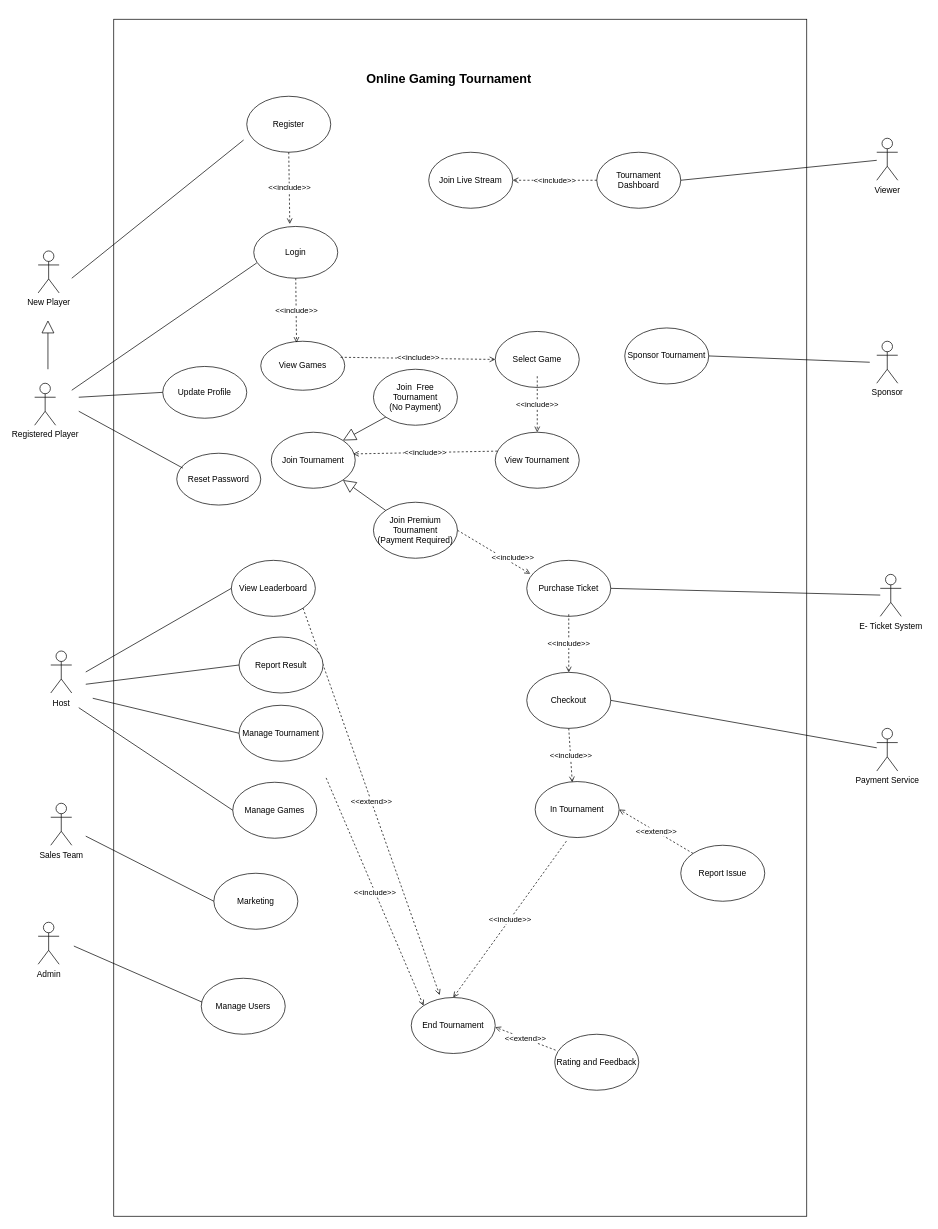
This is GD_CW1.drawio from Tanvi-Ambre/Python, a draw.io file, before an edit. Source tidied: cells renumbered, new cells numbered last; positions are measured from the earlier drawing's top-left corner, leaving out a move shared by most shapes. Both pictures are drawn from the tidied source at 70%, with x=0, y=0 at pixel (34, 19).
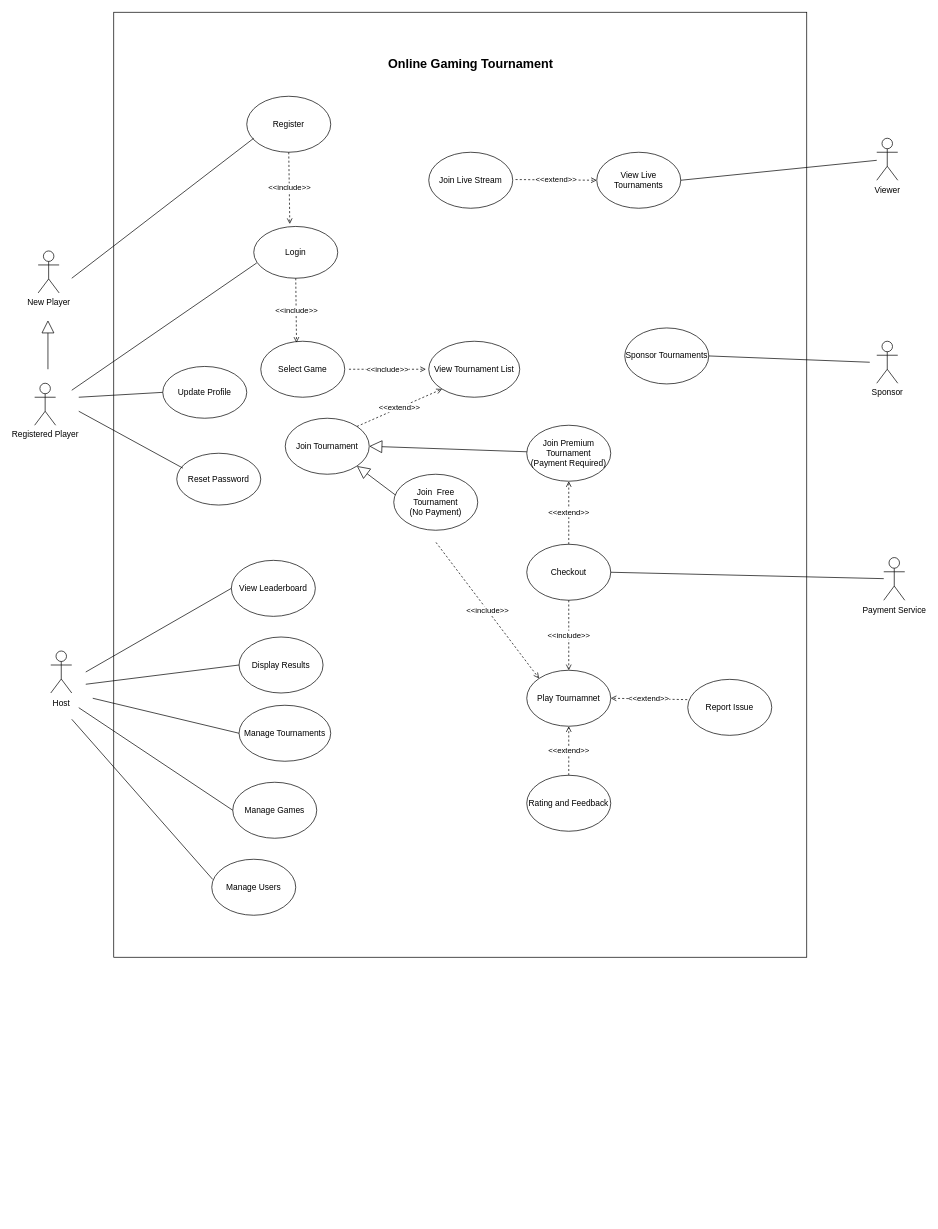
Above is the later version.

Unchanged cells that the change refers to:
```xml
<mxCell id="5" value="Register" style="ellipse;whiteSpace=wrap;html=1;strokeWidth=1;" parent="1" vertex="1">
  <mxGeometry x="303" y="110" width="120" height="80" as="geometry" />
</mxCell>
<mxCell id="6" value="Login" style="ellipse;whiteSpace=wrap;html=1;strokeWidth=1;" parent="1" vertex="1">
  <mxGeometry x="313" y="296" width="120" height="74" as="geometry" />
</mxCell>
<mxCell id="13" value="View Leaderboard" style="ellipse;whiteSpace=wrap;html=1;strokeWidth=1;" parent="1" vertex="1">
  <mxGeometry x="281" y="773" width="120" height="80" as="geometry" />
</mxCell>
<mxCell id="50" value="Join Live Stream" style="ellipse;whiteSpace=wrap;html=1;strokeWidth=1;" parent="1" vertex="1">
  <mxGeometry x="563" y="190" width="120" height="80" as="geometry" />
</mxCell>
```

Change to the diagram source:
```diff
@@
     <mxCell id="2" style="rounded=0;whiteSpace=wrap;html=1;" parent="1" vertex="1">
-      <mxGeometry x="113" width="990" height="1710" as="geometry" />
+      <mxGeometry x="113" y="-10" width="990" height="1350" as="geometry" />
     </mxCell>
@@
-    <mxCell id="7" value="View Games" style="ellipse;whiteSpace=wrap;html=1;strokeWidth=1;" parent="1" vertex="1">
-      <mxGeometry x="323" y="460" width="120" height="70" as="geometry" />
-    </mxCell>
-    <mxCell id="8" value="View Tournament" style="ellipse;whiteSpace=wrap;html=1;strokeWidth=1;" parent="1" vertex="1">
-      <mxGeometry x="658" y="590" width="120" height="80" as="geometry" />
+    <mxCell id="8" value="View Tournament List" style="ellipse;whiteSpace=wrap;html=1;strokeWidth=1;" parent="1" vertex="1">
+      <mxGeometry x="563" y="460" width="130" height="80" as="geometry" />
     </mxCell>
-    <mxCell id="9" value="Manage Tournament" style="ellipse;whiteSpace=wrap;html=1;strokeWidth=1;" parent="1" vertex="1">
-      <mxGeometry x="292" y="980" width="120" height="80" as="geometry" />
+    <mxCell id="9" value="Manage Tournaments" style="ellipse;whiteSpace=wrap;html=1;strokeWidth=1;" parent="1" vertex="1">
+      <mxGeometry x="292" y="980" width="131" height="80" as="geometry" />
     </mxCell>
@@
     <mxCell id="11" value="Manage Users" style="ellipse;whiteSpace=wrap;html=1;strokeWidth=1;" parent="1" vertex="1">
-      <mxGeometry x="238" y="1370" width="120" height="80" as="geometry" />
+      <mxGeometry x="253" y="1200" width="120" height="80" as="geometry" />
     </mxCell>
-    <mxCell id="12" value="Sponsor Tournament" style="ellipse;whiteSpace=wrap;html=1;strokeWidth=1;" parent="1" vertex="1">
+    <mxCell id="12" value="Sponsor Tournaments" style="ellipse;whiteSpace=wrap;html=1;strokeWidth=1;" parent="1" vertex="1">
       <mxGeometry x="843" y="441" width="120" height="80" as="geometry" />
     </mxCell>
@@
     <mxCell id="19" value="Select Game" style="ellipse;whiteSpace=wrap;html=1;strokeWidth=1;" parent="1" vertex="1">
-      <mxGeometry x="658" y="446" width="120" height="80" as="geometry" />
+      <mxGeometry x="323" y="460" width="120" height="80" as="geometry" />
     </mxCell>
-    <mxCell id="20" value="&amp;lt;&amp;lt;include&amp;gt;&amp;gt;" style="endArrow=open;dashed=1;html=1;endFill=0;rounded=0;entryX=0;entryY=0.5;entryDx=0;entryDy=0;exitX=0.95;exitY=0.327;exitDx=0;exitDy=0;exitPerimeter=0;" parent="1" edge="1" source="7" target="19">
-      <mxGeometry relative="1" as="geometry" />
-    </mxCell>
@@
-    <mxCell id="22" value="Marketing" style="ellipse;whiteSpace=wrap;html=1;strokeWidth=1;" parent="1" vertex="1">
-      <mxGeometry x="256" y="1220" width="120" height="80" as="geometry" />
-    </mxCell>
-    <mxCell id="23" style="endArrow=none;html=1;rounded=0;entryX=0;entryY=0.5;entryDx=0;entryDy=0;" parent="1" edge="1" target="22">
-      <mxGeometry relative="1" as="geometry">
-        <mxPoint x="73" y="1167" as="sourcePoint" />
-      </mxGeometry>
-    </mxCell>
-    <mxCell id="24" value="&amp;lt;&amp;lt;include&amp;gt;&amp;gt;" style="endArrow=open;dashed=1;html=1;endFill=0;rounded=0;entryX=0.5;entryY=0;entryDx=0;entryDy=0;" parent="1" edge="1" target="8">
-      <mxGeometry relative="1" as="geometry">
-        <mxPoint x="718" y="510" as="sourcePoint" />
-      </mxGeometry>
-    </mxCell>
     <mxCell id="25" value="Join Tournament" style="ellipse;whiteSpace=wrap;html=1;strokeWidth=1;" parent="1" vertex="1">
-      <mxGeometry x="338" y="590" width="120" height="80" as="geometry" />
+      <mxGeometry x="358" y="570" width="120" height="80" as="geometry" />
     </mxCell>
@@
-    <mxCell id="27" style="endArrow=none;html=1;rounded=0;entryX=-0.037;entryY=0.781;entryDx=0;entryDy=0;entryPerimeter=0;" parent="1" edge="1" target="5">
+    <mxCell id="27" style="endArrow=none;html=1;rounded=0;entryX=0.083;entryY=0.75;entryDx=0;entryDy=0;entryPerimeter=0;" parent="1" edge="1" target="5">
       <mxGeometry relative="1" as="geometry">
         <mxPoint x="53" y="370" as="sourcePoint" />
       </mxGeometry>
     </mxCell>
@@
-    <mxCell id="30" value="E- Ticket System" style="shape=umlActor;verticalLabelPosition=bottom;verticalAlign=top;html=1;outlineConnect=0;" parent="1" vertex="1">
-      <mxGeometry x="1208" y="793" width="30" height="60" as="geometry" />
-    </mxCell>
     <mxCell id="31" value="&lt;font style=&quot;font-size: 18px;&quot;&gt;&lt;b&gt;Online Gaming Tournament&lt;/b&gt;&lt;/font&gt;" style="text;html=1;align=center;verticalAlign=middle;whiteSpace=wrap;rounded=0;" parent="1" vertex="1">
-      <mxGeometry x="417" y="70" width="350" height="30" as="geometry" />
+      <mxGeometry x="448" y="49" width="350" height="30" as="geometry" />
     </mxCell>
-    <mxCell id="32" value="Admin" style="shape=umlActor;verticalLabelPosition=bottom;verticalAlign=top;html=1;" parent="1" vertex="1">
-      <mxGeometry x="5" y="1290" width="30" height="60" as="geometry" />
-    </mxCell>
-    <mxCell id="33" value="Purchase Ticket" style="ellipse;whiteSpace=wrap;html=1;strokeWidth=1;" parent="1" vertex="1">
-      <mxGeometry x="703" y="773" width="120" height="80" as="geometry" />
-    </mxCell>
     <mxCell id="34" value="Checkout" style="ellipse;whiteSpace=wrap;html=1;strokeWidth=1;" parent="1" vertex="1">
-      <mxGeometry x="703" y="933" width="120" height="80" as="geometry" />
+      <mxGeometry x="703" y="750" width="120" height="80" as="geometry" />
     </mxCell>
-    <mxCell id="35" style="endArrow=none;html=1;rounded=0;exitX=1;exitY=0.5;exitDx=0;exitDy=0;" parent="1" edge="1" source="33" target="30">
-      <mxGeometry relative="1" as="geometry" />
-    </mxCell>
-    <mxCell id="36" value="&amp;lt;&amp;lt;include&amp;gt;&amp;gt;" style="endArrow=open;dashed=1;html=1;endFill=0;rounded=0;entryX=0.5;entryY=0;entryDx=0;entryDy=0;" parent="1" edge="1" target="34">
-      <mxGeometry relative="1" as="geometry">
-        <mxPoint x="763" y="850" as="sourcePoint" />
-      </mxGeometry>
-    </mxCell>
     <mxCell id="37" value="Payment Service" style="shape=umlActor;verticalLabelPosition=bottom;verticalAlign=top;html=1;outlineConnect=0;" parent="1" vertex="1">
-      <mxGeometry x="1203" y="1013" width="30" height="61" as="geometry" />
+      <mxGeometry x="1213" y="769" width="30" height="61" as="geometry" />
     </mxCell>
@@
-    <mxCell id="40" value="&amp;lt;&amp;lt;include&amp;gt;&amp;gt;" style="endArrow=open;dashed=1;html=1;endFill=0;rounded=0;exitX=1;exitY=0.5;exitDx=0;exitDy=0;entryX=0.041;entryY=0.24;entryDx=0;entryDy=0;entryPerimeter=0;" parent="1" edge="1" source="64" target="33">
-      <mxGeometry x="0.44" y="7" relative="1" as="geometry">
-        <mxPoint x="1" as="offset" />
-      </mxGeometry>
-    </mxCell>
-    <mxCell id="41" value="&amp;lt;&amp;lt;include&amp;gt;&amp;gt;" style="endArrow=open;dashed=1;html=1;endFill=0;rounded=0;exitX=0.5;exitY=1;exitDx=0;exitDy=0;entryX=0.426;entryY=0.03;entryDx=0;entryDy=0;entryPerimeter=0;" parent="1" edge="1" source="6" target="7">
-      <mxGeometry relative="1" as="geometry" />
+    <mxCell id="41" value="&amp;lt;&amp;lt;include&amp;gt;&amp;gt;" style="endArrow=open;dashed=1;html=1;endFill=0;rounded=0;exitX=0.5;exitY=1;exitDx=0;exitDy=0;entryX=0.426;entryY=0.03;entryDx=0;entryDy=0;entryPerimeter=0;" parent="1" edge="1" source="6">
+      <mxGeometry relative="1" as="geometry">
+        <mxPoint x="374.1" y="462.1" as="targetPoint" />
+      </mxGeometry>
     </mxCell>
-    <mxCell id="42" value="&amp;lt;&amp;lt;include&amp;gt;&amp;gt;" style="endArrow=open;dashed=1;html=1;endFill=0;rounded=0;entryX=0.975;entryY=0.387;entryDx=0;entryDy=0;entryPerimeter=0;exitX=0.025;exitY=0.337;exitDx=0;exitDy=0;exitPerimeter=0;" parent="1" edge="1" source="8" target="25">
-      <mxGeometry relative="1" as="geometry" />
-    </mxCell>
-    <mxCell id="43" value="In Tournament" style="ellipse;whiteSpace=wrap;html=1;strokeWidth=1;" parent="1" vertex="1">
-      <mxGeometry x="715" y="1089" width="120" height="80" as="geometry" />
+    <mxCell id="43" value="Play Tournamnet" style="ellipse;whiteSpace=wrap;html=1;strokeWidth=1;" parent="1" vertex="1">
+      <mxGeometry x="703" y="930" width="120" height="80" as="geometry" />
     </mxCell>
     <mxCell id="44" value="&amp;lt;&amp;lt;include&amp;gt;&amp;gt;" style="endArrow=open;dashed=1;html=1;endFill=0;rounded=0;exitX=0.5;exitY=1;exitDx=0;exitDy=0;" parent="1" edge="1" source="34">
       <mxGeometry relative="1" as="geometry">
-        <mxPoint x="768" y="1090" as="targetPoint" />
+        <mxPoint x="763" y="930" as="targetPoint" />
       </mxGeometry>
     </mxCell>
-    <mxCell id="45" value="End Tournament" style="ellipse;whiteSpace=wrap;html=1;strokeWidth=1;" parent="1" vertex="1">
-      <mxGeometry x="538" y="1397.5" width="120" height="80" as="geometry" />
-    </mxCell>
-    <mxCell id="46" value="&amp;lt;&amp;lt;include&amp;gt;&amp;gt;" style="endArrow=open;dashed=1;html=1;endFill=0;rounded=0;entryX=0;entryY=0;entryDx=0;entryDy=0;exitX=1;exitY=1;exitDx=0;exitDy=0;" parent="1" edge="1" target="45">
-      <mxGeometry relative="1" as="geometry">
-        <mxPoint x="416.4" y="1083.8" as="sourcePoint" />
-      </mxGeometry>
-    </mxCell>
-    <mxCell id="47" value="&lt;div&gt;&amp;lt;&amp;lt;extend&amp;gt;&amp;gt;&lt;/div&gt;" style="endArrow=open;dashed=1;html=1;endFill=0;rounded=0;entryX=0.338;entryY=-0.044;entryDx=0;entryDy=0;entryPerimeter=0;exitX=1;exitY=1;exitDx=0;exitDy=0;" parent="1" edge="1" source="13" target="45">
-      <mxGeometry relative="1" as="geometry" />
-    </mxCell>
-    <mxCell id="48" value="Tournament Dashboard" style="ellipse;whiteSpace=wrap;html=1;strokeWidth=1;" parent="1" vertex="1">
+    <mxCell id="48" value="View Live Tournaments" style="ellipse;whiteSpace=wrap;html=1;strokeWidth=1;" parent="1" vertex="1">
       <mxGeometry x="803" y="190" width="120" height="80" as="geometry" />
     </mxCell>
@@
-    <mxCell id="51" value="&amp;lt;&amp;lt;include&amp;gt;&amp;gt;" style="endArrow=open;dashed=1;html=1;endFill=0;rounded=0;exitX=0;exitY=0.5;exitDx=0;exitDy=0;entryX=1;entryY=0.5;entryDx=0;entryDy=0;" parent="1" edge="1" source="48" target="50">
-      <mxGeometry relative="1" as="geometry" />
-    </mxCell>
-    <mxCell id="52" value="&amp;lt;&amp;lt;include&amp;gt;&amp;gt;" style="endArrow=open;dashed=1;html=1;endFill=0;rounded=0;exitX=0.372;exitY=1.064;exitDx=0;exitDy=0;exitPerimeter=0;entryX=0.5;entryY=0;entryDx=0;entryDy=0;" parent="1" edge="1" source="43" target="45">
-      <mxGeometry relative="1" as="geometry" />
-    </mxCell>
-    <mxCell id="53" value="&lt;div&gt;&amp;lt;&amp;lt;extend&amp;gt;&amp;gt;&lt;/div&gt;" style="endArrow=open;dashed=1;html=1;endFill=0;rounded=0;entryX=1;entryY=0.5;entryDx=0;entryDy=0;exitX=0;exitY=0;exitDx=0;exitDy=0;" parent="1" edge="1" source="54" target="43">
+    <mxCell id="53" value="&lt;div&gt;&amp;lt;&amp;lt;extend&amp;gt;&amp;gt;&lt;/div&gt;" style="endArrow=open;dashed=1;html=1;endFill=0;rounded=0;exitX=-0.006;exitY=0.362;exitDx=0;exitDy=0;exitPerimeter=0;entryX=1;entryY=0.5;entryDx=0;entryDy=0;" parent="1" edge="1" source="54" target="43">
       <mxGeometry relative="1" as="geometry" />
     </mxCell>
     <mxCell id="54" value="Report Issue" style="ellipse;whiteSpace=wrap;html=1;strokeWidth=1;" parent="1" vertex="1">
-      <mxGeometry x="923" y="1180" width="120" height="80" as="geometry" />
+      <mxGeometry x="933" y="943" width="120" height="80" as="geometry" />
     </mxCell>
@@
-    <mxCell id="59" value="Sales Team" style="shape=umlActor;verticalLabelPosition=bottom;verticalAlign=top;html=1;" parent="1" vertex="1">
-      <mxGeometry x="23" y="1120" width="30" height="60" as="geometry" />
-    </mxCell>
-    <mxCell id="60" style="endArrow=none;html=1;rounded=0;entryX=0;entryY=0.5;entryDx=0;entryDy=0;" parent="1" edge="1">
+    <mxCell id="60" style="endArrow=none;html=1;rounded=0;entryX=0.012;entryY=0.361;entryDx=0;entryDy=0;entryPerimeter=0;" parent="1" edge="1" target="11">
       <mxGeometry relative="1" as="geometry">
-        <mxPoint x="56" y="1324" as="sourcePoint" />
-        <mxPoint x="239" y="1404" as="targetPoint" />
+        <mxPoint x="53" y="1000" as="sourcePoint" />
       </mxGeometry>
     </mxCell>
-    <mxCell id="61" value="Report Result" style="ellipse;whiteSpace=wrap;html=1;strokeWidth=1;" parent="1" vertex="1">
+    <mxCell id="61" value="Display Results" style="ellipse;whiteSpace=wrap;html=1;strokeWidth=1;" parent="1" vertex="1">
       <mxGeometry x="292" y="882.5" width="120" height="80" as="geometry" />
     </mxCell>
@@
-    <mxCell id="63" value="Join&amp;nbsp; Free Tournament&lt;br&gt;(No Payment)" style="ellipse;whiteSpace=wrap;html=1;strokeWidth=1;" parent="1" vertex="1">
-      <mxGeometry x="484" y="500" width="120" height="80" as="geometry" />
-    </mxCell>
     <mxCell id="64" value="Join Premium Tournament&lt;br&gt;(Payment Required)" style="ellipse;whiteSpace=wrap;html=1;strokeWidth=1;" parent="1" vertex="1">
-      <mxGeometry x="484" y="690" width="120" height="80" as="geometry" />
+      <mxGeometry x="703" y="580" width="120" height="80" as="geometry" />
     </mxCell>
-    <mxCell id="65" style="endArrow=block;endSize=16;endFill=0;html=1;rounded=0;entryX=1;entryY=0;entryDx=0;entryDy=0;exitX=0;exitY=1;exitDx=0;exitDy=0;" parent="1" edge="1" source="63" target="25">
+    <mxCell id="65" style="endArrow=block;endSize=16;endFill=0;html=1;rounded=0;entryX=1;entryY=0.5;entryDx=0;entryDy=0;" parent="1" edge="1" source="64" target="25">
       <mxGeometry relative="1" as="geometry" />
     </mxCell>
-    <mxCell id="66" style="endArrow=block;endSize=16;endFill=0;html=1;rounded=0;entryX=1;entryY=1;entryDx=0;entryDy=0;exitX=0;exitY=0;exitDx=0;exitDy=0;" parent="1" edge="1" source="64" target="25">
+    <mxCell id="66" style="endArrow=block;endSize=16;endFill=0;html=1;rounded=0;entryX=1;entryY=1;entryDx=0;entryDy=0;exitX=0.044;exitY=0.398;exitDx=0;exitDy=0;exitPerimeter=0;" parent="1" edge="1" source="63" target="25">
       <mxGeometry relative="1" as="geometry" />
     </mxCell>
     <mxCell id="67" value="Rating and Feedback" style="ellipse;whiteSpace=wrap;html=1;strokeWidth=1;" parent="1" vertex="1">
-      <mxGeometry x="743" y="1450" width="120" height="80" as="geometry" />
+      <mxGeometry x="703" y="1080" width="120" height="80" as="geometry" />
     </mxCell>
-    <mxCell id="68" value="&lt;div&gt;&amp;lt;&amp;lt;extend&amp;gt;&amp;gt;&lt;/div&gt;" style="endArrow=open;dashed=1;html=1;endFill=0;rounded=0;entryX=1;entryY=0.5;entryDx=0;entryDy=0;exitX=0.01;exitY=0.284;exitDx=0;exitDy=0;exitPerimeter=0;" parent="1" edge="1" source="67">
-      <mxGeometry relative="1" as="geometry">
-        <mxPoint x="658" y="1440" as="targetPoint" />
-      </mxGeometry>
+    <mxCell id="68" value="&lt;div&gt;&amp;lt;&amp;lt;extend&amp;gt;&amp;gt;&lt;/div&gt;" style="endArrow=open;dashed=1;html=1;endFill=0;rounded=0;entryX=0.5;entryY=1;entryDx=0;entryDy=0;exitX=0.5;exitY=0;exitDx=0;exitDy=0;" parent="1" edge="1" source="67" target="43">
+      <mxGeometry relative="1" as="geometry" />
     </mxCell>
+    <mxCell id="69" value="&lt;div&gt;&amp;lt;&amp;lt;extend&amp;gt;&amp;gt;&lt;/div&gt;" style="endArrow=open;dashed=1;html=1;endFill=0;rounded=0;entryX=0;entryY=0.5;entryDx=0;entryDy=0;" parent="1" edge="1" target="48">
+      <mxGeometry relative="1" as="geometry">
+        <mxPoint x="687" y="229" as="sourcePoint" />
+      </mxGeometry>
+    </mxCell>
+    <mxCell id="70" value="&amp;lt;&amp;lt;include&amp;gt;&amp;gt;" style="endArrow=open;dashed=1;html=1;endFill=0;rounded=0;" parent="1" edge="1">
+      <mxGeometry relative="1" as="geometry">
+        <mxPoint x="449" y="500" as="sourcePoint" />
+        <mxPoint x="559" y="500" as="targetPoint" />
+      </mxGeometry>
+    </mxCell>
+    <mxCell id="71" value="&lt;div&gt;&amp;lt;&amp;lt;extend&amp;gt;&amp;gt;&lt;/div&gt;" style="endArrow=open;dashed=1;html=1;endFill=0;rounded=0;entryX=0;entryY=1;entryDx=0;entryDy=0;exitX=1;exitY=0;exitDx=0;exitDy=0;" parent="1" edge="1" source="25" target="8">
+      <mxGeometry relative="1" as="geometry" />
+    </mxCell>
+    <mxCell id="63" value="Join&amp;nbsp; Free Tournament&lt;br&gt;(No Payment)" style="ellipse;whiteSpace=wrap;html=1;strokeWidth=1;" parent="1" vertex="1">
+      <mxGeometry x="513" y="650" width="120" height="80" as="geometry" />
+    </mxCell>
+    <mxCell id="72" value="&amp;lt;&amp;lt;include&amp;gt;&amp;gt;" style="endArrow=open;dashed=1;html=1;endFill=0;rounded=0;exitX=0.465;exitY=0.561;exitDx=0;exitDy=0;exitPerimeter=0;entryX=0;entryY=0;entryDx=0;entryDy=0;" parent="1" edge="1" source="2" target="43">
+      <mxGeometry relative="1" as="geometry" />
+    </mxCell>
+    <mxCell id="73" value="&lt;div&gt;&amp;lt;&amp;lt;extend&amp;gt;&amp;gt;&lt;/div&gt;" style="endArrow=open;dashed=1;html=1;endFill=0;rounded=0;entryX=0.5;entryY=1;entryDx=0;entryDy=0;" parent="1" edge="1" source="34" target="64">
+      <mxGeometry relative="1" as="geometry" />
+    </mxCell>
```
